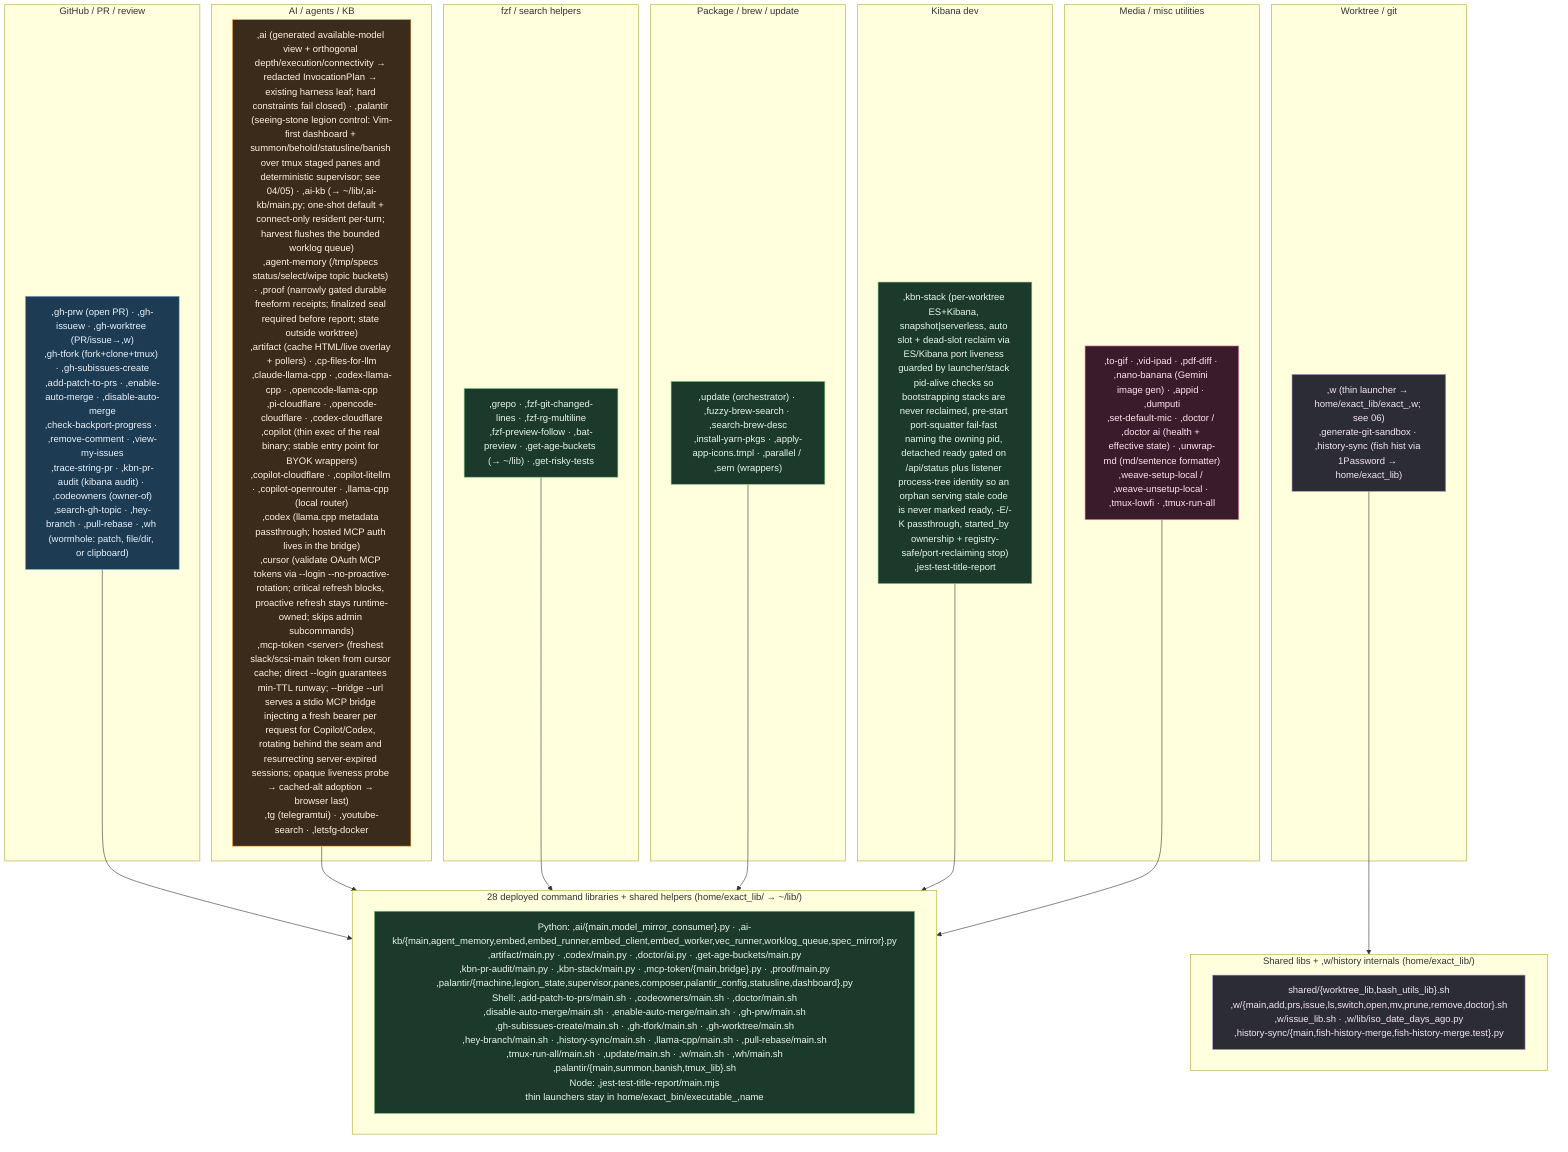
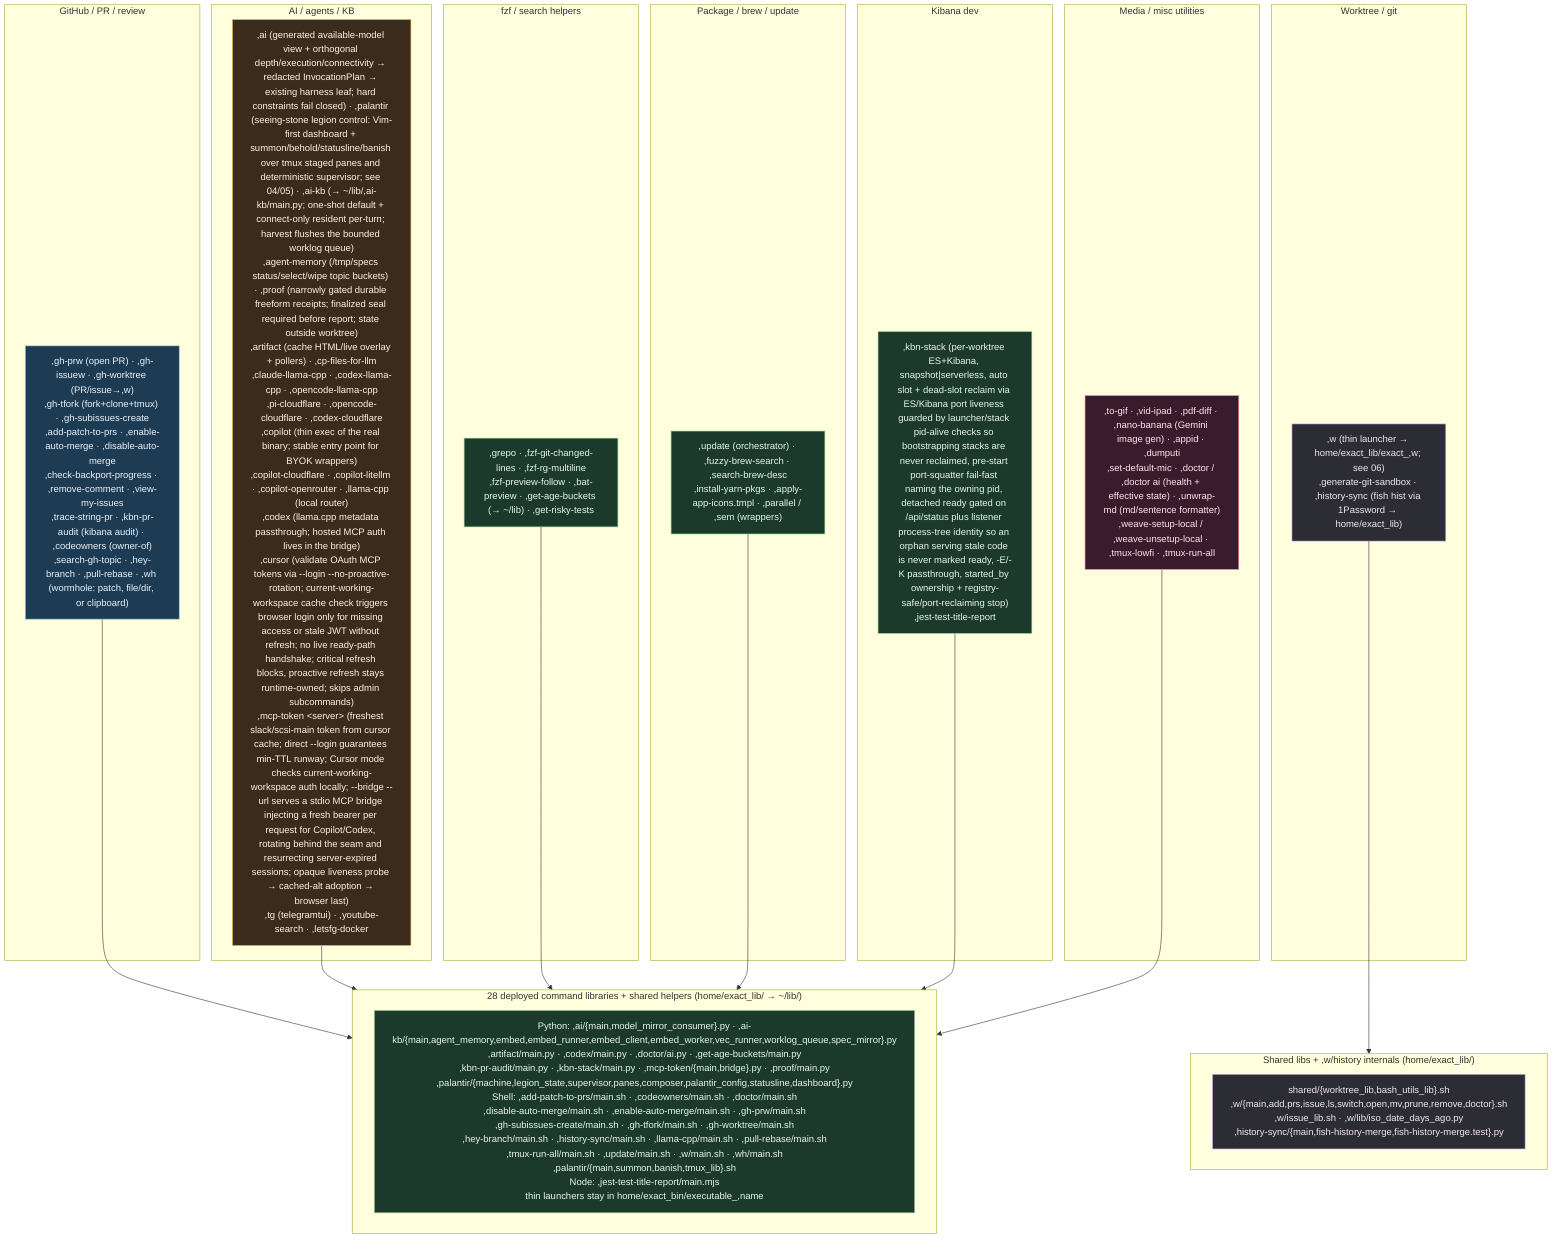
%% ============================================================================
%% 07c-bin-commands.mmd — Every thin command in home/exact_bin/ (74 thin commands)
%% plus deployed internals in home/exact_lib/ (66 command/shared library files).
%% executable_,* → ~/bin/,* (comma-prefixed user commands); home/exact_lib/exact_,name/
%% → ~/lib/,name/. verify-bin-surface keeps each command covered by fish
%% completions, docs, catalog, and non-orphaned command libraries.
%% ============================================================================
flowchart TB
    classDef gh fill:#1d3b53,stroke:#7fb3d5,color:#eaf2f8;
    classDef wt fill:#2c2c34,stroke:#b39ddb,color:#f3e5f5;
    classDef ai fill:#3a2b1b,stroke:#ffb74d,color:#fff3e0;
    classDef media fill:#3a1b2b,stroke:#f48fb1,color:#fce4ec;
    classDef sys fill:#1b3a2b,stroke:#81c784,color:#e8f5e9;

    subgraph GHC["GitHub / PR / review"]
        G[",gh-prw (open PR) · ,gh-issuew · ,gh-worktree (PR/issue→,w)<br/>,gh-tfork (fork+clone+tmux) · ,gh-subissues-create<br/>,add-patch-to-prs · ,enable-auto-merge · ,disable-auto-merge<br/>,check-backport-progress · ,remove-comment · ,view-my-issues<br/>,trace-string-pr · ,kbn-pr-audit (kibana audit) · ,codeowners (owner-of)<br/>,search-gh-topic · ,hey-branch · ,pull-rebase · ,wh (wormhole: patch, file/dir, or clipboard)"]:::gh
    end

    subgraph WTC["Worktree / git"]
        W[",w (thin launcher → home/exact_lib/exact_,w; see 06)<br/>,generate-git-sandbox · ,history-sync (fish hist via 1Password → home/exact_lib)"]:::wt
    end

    subgraph AIC["AI / agents / KB"]
-         A[",ai (generated available-model view + orthogonal depth/execution/connectivity → redacted InvocationPlan → existing harness leaf; hard constraints fail closed) · ,palantir (seeing-stone legion control: Vim-first dashboard + summon/behold/statusline/banish over tmux staged panes and deterministic supervisor; see 04/05) · ,ai-kb (→ ~/lib/,ai-kb/main.py; one-shot default + connect-only resident per-turn; harvest flushes the bounded worklog queue)<br/>,agent-memory (/tmp/specs status/select/wipe topic buckets) · ,proof (narrowly gated durable freeform receipts; finalized seal required before report; state outside worktree)<br/>,artifact (cache HTML/live overlay + pollers) · ,cp-files-for-llm<br/>,claude-llama-cpp · ,codex-llama-cpp · ,opencode-llama-cpp<br/>,pi-cloudflare · ,opencode-cloudflare · ,codex-cloudflare<br/>,copilot (thin exec of the real binary; stable entry point for BYOK wrappers)<br/>,copilot-cloudflare · ,copilot-litellm · ,copilot-openrouter · ,llama-cpp (local router)<br/>,codex (llama.cpp metadata passthrough; hosted MCP auth lives in the bridge)<br/>,cursor (validate OAuth MCP tokens via --login --no-proactive-rotation; critical refresh blocks, proactive refresh stays runtime-owned; skips admin subcommands)<br/>,mcp-token &lt;server&gt; (freshest slack/scsi-main token from cursor cache; direct --login guarantees min-TTL runway; --bridge --url serves a stdio MCP bridge injecting a fresh bearer per request for Copilot/Codex, rotating behind the seam and resurrecting server-expired sessions; opaque liveness probe → cached-alt adoption → browser last)<br/>,tg (telegramtui) · ,youtube-search · ,letsfg-docker"]:::ai
+         A[",ai (generated available-model view + orthogonal depth/execution/connectivity → redacted InvocationPlan → existing harness leaf; hard constraints fail closed) · ,palantir (seeing-stone legion control: Vim-first dashboard + summon/behold/statusline/banish over tmux staged panes and deterministic supervisor; see 04/05) · ,ai-kb (→ ~/lib/,ai-kb/main.py; one-shot default + connect-only resident per-turn; harvest flushes the bounded worklog queue)<br/>,agent-memory (/tmp/specs status/select/wipe topic buckets) · ,proof (narrowly gated durable freeform receipts; finalized seal required before report; state outside worktree)<br/>,artifact (cache HTML/live overlay + pollers) · ,cp-files-for-llm<br/>,claude-llama-cpp · ,codex-llama-cpp · ,opencode-llama-cpp<br/>,pi-cloudflare · ,opencode-cloudflare · ,codex-cloudflare<br/>,copilot (thin exec of the real binary; stable entry point for BYOK wrappers)<br/>,copilot-cloudflare · ,copilot-litellm · ,copilot-openrouter · ,llama-cpp (local router)<br/>,codex (llama.cpp metadata passthrough; hosted MCP auth lives in the bridge)<br/>,cursor (validate OAuth MCP tokens via --login --no-proactive-rotation; current-working-workspace cache check triggers browser login only for missing access or stale JWT without refresh; no live ready-path handshake; critical refresh blocks, proactive refresh stays runtime-owned; skips admin subcommands)<br/>,mcp-token &lt;server&gt; (freshest slack/scsi-main token from cursor cache; direct --login guarantees min-TTL runway; Cursor mode checks current-working-workspace auth locally; --bridge --url serves a stdio MCP bridge injecting a fresh bearer per request for Copilot/Codex, rotating behind the seam and resurrecting server-expired sessions; opaque liveness probe → cached-alt adoption → browser last)<br/>,tg (telegramtui) · ,youtube-search · ,letsfg-docker"]:::ai
    end

    subgraph FZFC["fzf / search helpers"]
        F[",grepo · ,fzf-git-changed-lines · ,fzf-rg-multiline<br/>,fzf-preview-follow · ,bat-preview · ,get-age-buckets (→ ~/lib) · ,get-risky-tests"]:::sys
    end

    subgraph PKGC["Package / brew / update"]
        P[",update (orchestrator) · ,fuzzy-brew-search · ,search-brew-desc<br/>,install-yarn-pkgs · ,apply-app-icons.tmpl · ,parallel / ,sem (wrappers)"]:::sys
    end

    subgraph KBNC["Kibana dev"]
        K[",kbn-stack (per-worktree ES+Kibana, snapshot|serverless, auto slot + dead-slot reclaim via ES/Kibana port liveness guarded by launcher/stack pid-alive checks so bootstrapping stacks are never reclaimed, pre-start port-squatter fail-fast naming the owning pid, detached ready gated on /api/status plus listener process-tree identity so an orphan serving stale code is never marked ready, -E/-K passthrough, started_by ownership + registry-safe/port-reclaiming stop)<br/>,jest-test-title-report"]:::sys
    end

    subgraph MEDIA["Media / misc utilities"]
        M[",to-gif · ,vid-ipad · ,pdf-diff · ,nano-banana (Gemini image gen) · ,appid · ,dumputi<br/>,set-default-mic · ,doctor / ,doctor ai (health + effective state) · ,unwrap-md (md/sentence formatter)<br/>,weave-setup-local / ,weave-unsetup-local · ,tmux-lowfi · ,tmux-run-all"]:::media
    end

    subgraph LIBS["Shared libs + ,w/history internals (home/exact_lib/)"]
        L["shared/{worktree_lib,bash_utils_lib}.sh<br/>,w/{main,add,prs,issue,ls,switch,open,mv,prune,remove,doctor}.sh<br/>,w/issue_lib.sh · ,w/lib/iso_date_days_ago.py<br/>,history-sync/{main,fish-history-merge,fish-history-merge.test}.py"]:::wt
    end
    W --> LIBS

    subgraph CMDLIBS["28 deployed command libraries + shared helpers (home/exact_lib/ → ~/lib/)"]
        CL["Python: ,ai/{main,model_mirror_consumer}.py · ,ai-kb/{main,agent_memory,embed,embed_runner,embed_client,embed_worker,vec_runner,worklog_queue,spec_mirror}.py<br/>,artifact/main.py · ,codex/main.py · ,doctor/ai.py · ,get-age-buckets/main.py<br/>,kbn-pr-audit/main.py · ,kbn-stack/main.py · ,mcp-token/{main,bridge}.py · ,proof/main.py<br/>,palantir/{machine,legion_state,supervisor,panes,composer,palantir_config,statusline,dashboard}.py<br/>Shell: ,add-patch-to-prs/main.sh · ,codeowners/main.sh · ,doctor/main.sh<br/>,disable-auto-merge/main.sh · ,enable-auto-merge/main.sh · ,gh-prw/main.sh<br/>,gh-subissues-create/main.sh · ,gh-tfork/main.sh · ,gh-worktree/main.sh<br/>,hey-branch/main.sh · ,history-sync/main.sh · ,llama-cpp/main.sh · ,pull-rebase/main.sh<br/>,tmux-run-all/main.sh · ,update/main.sh · ,w/main.sh · ,wh/main.sh<br/>,palantir/{main,summon,banish,tmux_lib}.sh<br/>Node: ,jest-test-title-report/main.mjs<br/>thin launchers stay in home/exact_bin/executable_,name"]:::sys
    end
    G --> CMDLIBS
    A --> CMDLIBS
    F --> CMDLIBS
    P --> CMDLIBS
    K --> CMDLIBS
    M --> CMDLIBS
